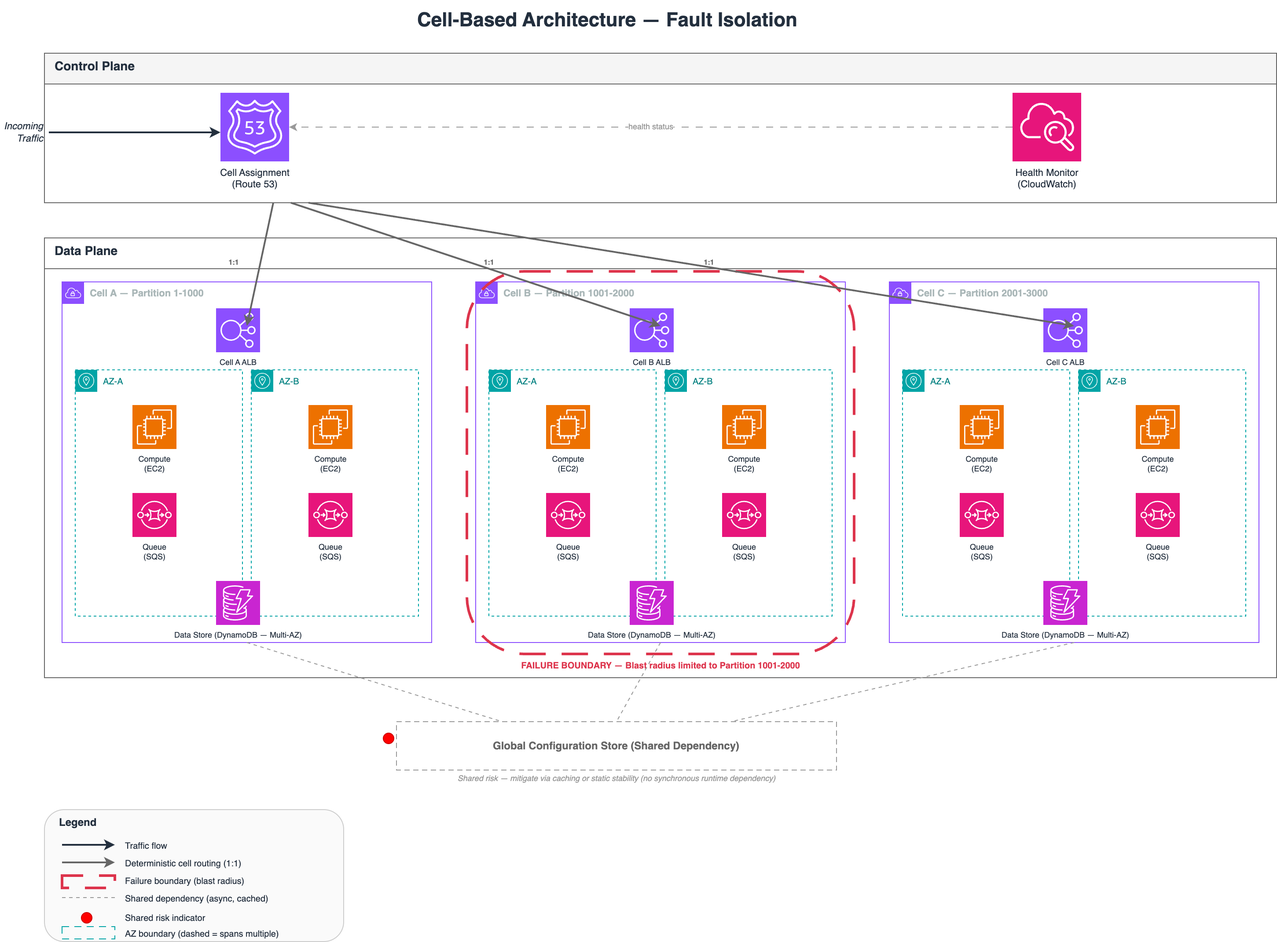
crcritel/cloud-networking-resilience-notes keeps this draw.io diagram as 2026-02-26-cell-based-architecture/diagram.png. Above is the earlier version. Source tidied: cells renumbered, new cells last; positions are measured from the earlier drawing's top-left corner, leaving out a move shared by most shapes.
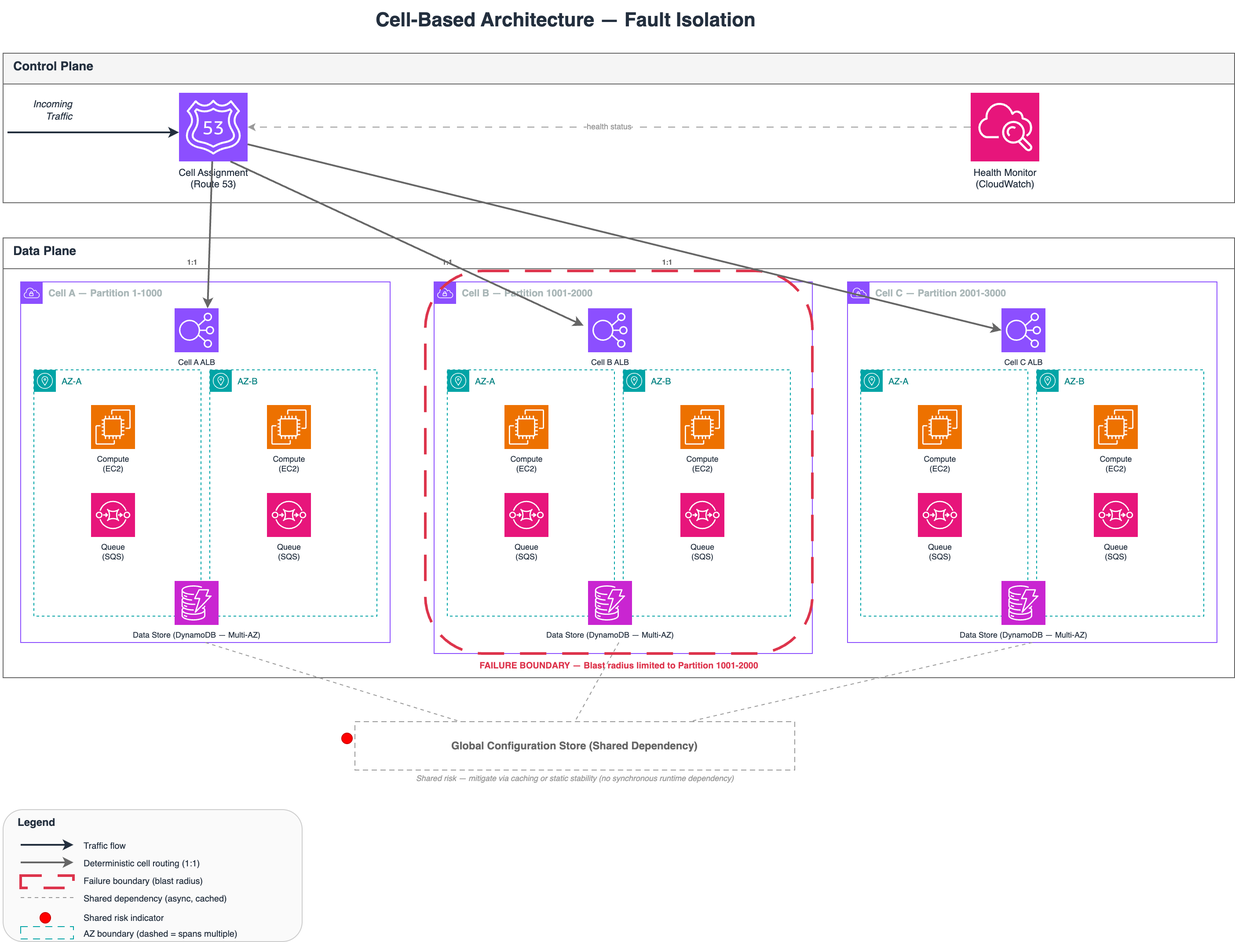
Later version of the same file.

Commit message:
Update diagram and exported PNG with architectural refinements

Change to the diagram source:
```diff
@@ -2,9 +2,6 @@
   <root>
     <mxCell id="0" />
     <mxCell id="1" parent="0" />
-    <mxCell id="2" value="Cell-Based Architecture — Fault Isolation" style="text;html=1;strokeColor=none;fillColor=none;align=center;verticalAlign=middle;whiteSpace=wrap;rounded=0;fontSize=22;fontStyle=1;fontColor=#232F3E;" parent="1" vertex="1">
-      <mxGeometry x="390" width="600" height="45" as="geometry" />
-    </mxCell>
     <mxCell id="3" value="Control Plane" style="swimlane;fontStyle=1;align=left;verticalAlign=top;startSize=35;fillColor=#f5f5f5;strokeColor=#666666;fontColor=#232F3E;fontSize=14;rounded=0;spacingLeft=10;" parent="1" vertex="1">
       <mxGeometry x="50" y="60" width="1400" height="170" as="geometry" />
     </mxCell>
@@ -14,9 +11,12 @@
     <mxCell id="5" value="Health Monitor&#10;(CloudWatch)" style="sketch=0;points=[[0,0,0],[0.25,0,0],[0.5,0,0],[0.75,0,0],[1,0,0],[0,1,0],[0.25,1,0],[0.5,1,0],[0.75,1,0],[1,1,0],[0,0.25,0],[0,0.5,0],[0,0.75,0],[1,0.25,0],[1,0.5,0],[1,0.75,0]];outlineConnect=0;fontColor=#232F3E;fillColor=#E7157B;strokeColor=#ffffff;dashed=0;verticalLabelPosition=bottom;verticalAlign=top;align=center;html=1;fontSize=11;fontStyle=0;shape=mxgraph.aws4.resourceIcon;resIcon=mxgraph.aws4.cloudwatch;" parent="3" vertex="1">
       <mxGeometry x="1100" y="45" width="78" height="78" as="geometry" />
     </mxCell>
-    <mxCell id="6" value="Incoming&#10;Traffic" style="text;html=1;strokeColor=none;fillColor=none;align=right;verticalAlign=middle;fontSize=11;fontStyle=2;fontColor=#232F3E;" parent="1" vertex="1">
-      <mxGeometry y="130" width="50" height="40" as="geometry" />
+    <mxCell id="6" value="Incoming&#10;Traffic" style="text;html=1;strokeColor=none;fillColor=none;align=right;verticalAlign=middle;fontSize=11;fontStyle=2;fontColor=#232F3E;" parent="3" vertex="1">
+      <mxGeometry x="30" y="45" width="50" height="40" as="geometry" />
     </mxCell>
+    <mxCell id="2" value="Cell-Based Architecture — Fault Isolation" style="text;html=1;strokeColor=none;fillColor=none;align=center;verticalAlign=middle;whiteSpace=wrap;rounded=0;fontSize=22;fontStyle=1;fontColor=#232F3E;" parent="1" vertex="1">
+      <mxGeometry x="390" width="600" height="45" as="geometry" />
+    </mxCell>
     <mxCell id="7" style="endArrow=classic;html=1;rounded=0;strokeWidth=2;strokeColor=#232F3E;" parent="1" edge="1">
       <mxGeometry relative="1" as="geometry">
         <mxPoint x="55" y="150" as="sourcePoint" />
@@ -57,7 +57,7 @@
       <mxGeometry x="175" y="340" width="50" height="50" as="geometry" />
     </mxCell>
     <mxCell id="19" value="Cell B — Partition 1001-2000" style="sketch=0;gradientColor=none;html=1;whiteSpace=wrap;fontSize=11;fontStyle=1;shape=mxgraph.aws4.group;grIcon=mxgraph.aws4.group_vpc;strokeColor=#8C4FFF;fillColor=none;verticalAlign=top;align=left;spacingLeft=30;fontColor=#AAB7B8;dashed=0;" parent="9" vertex="1">
-      <mxGeometry x="490" y="50" width="420" height="410" as="geometry" />
+      <mxGeometry x="490" y="50" width="430" height="422.5" as="geometry" />
     </mxCell>
     <mxCell id="20" value="Cell B ALB" style="sketch=0;fontColor=#232F3E;fillColor=#8C4FFF;strokeColor=#ffffff;dashed=0;verticalLabelPosition=bottom;verticalAlign=top;align=center;html=1;fontSize=9;fontStyle=0;shape=mxgraph.aws4.resourceIcon;resIcon=mxgraph.aws4.elastic_load_balancing;" parent="19" vertex="1">
       <mxGeometry x="175" y="30" width="50" height="50" as="geometry" />
@@ -83,6 +83,9 @@
     <mxCell id="27" value="Data Store (DynamoDB — Multi-AZ)" style="sketch=0;fontColor=#232F3E;fillColor=#C925D1;strokeColor=#ffffff;dashed=0;verticalLabelPosition=bottom;verticalAlign=top;align=center;html=1;fontSize=9;fontStyle=0;shape=mxgraph.aws4.resourceIcon;resIcon=mxgraph.aws4.dynamodb;" parent="19" vertex="1">
       <mxGeometry x="175" y="340" width="50" height="50" as="geometry" />
     </mxCell>
+    <mxCell id="37" style="rounded=1;whiteSpace=wrap;html=1;fillColor=none;strokeColor=#DD344C;strokeWidth=3;dashed=1;dashPattern=10 6;" parent="19" vertex="1">
+      <mxGeometry x="-10" y="-12.5" width="440" height="435" as="geometry" />
+    </mxCell>
     <mxCell id="28" value="Cell C — Partition 2001-3000" style="sketch=0;gradientColor=none;html=1;whiteSpace=wrap;fontSize=11;fontStyle=1;shape=mxgraph.aws4.group;grIcon=mxgraph.aws4.group_vpc;strokeColor=#8C4FFF;fillColor=none;verticalAlign=top;align=left;spacingLeft=30;fontColor=#AAB7B8;dashed=0;" parent="9" vertex="1">
       <mxGeometry x="960" y="50" width="420" height="410" as="geometry" />
     </mxCell>
@@ -110,29 +113,17 @@
     <mxCell id="36" value="Data Store (DynamoDB — Multi-AZ)" style="sketch=0;fontColor=#232F3E;fillColor=#C925D1;strokeColor=#ffffff;dashed=0;verticalLabelPosition=bottom;verticalAlign=top;align=center;html=1;fontSize=9;fontStyle=0;shape=mxgraph.aws4.resourceIcon;resIcon=mxgraph.aws4.dynamodb;" parent="28" vertex="1">
       <mxGeometry x="175" y="340" width="50" height="50" as="geometry" />
     </mxCell>
-    <mxCell id="37" style="rounded=1;whiteSpace=wrap;html=1;fillColor=none;strokeColor=#DD344C;strokeWidth=3;dashed=1;dashPattern=10 6;" parent="9" vertex="1">
-      <mxGeometry x="480" y="38" width="440" height="435" as="geometry" />
-    </mxCell>
     <mxCell id="38" value="FAILURE BOUNDARY — Blast radius limited to Partition 1001-2000" style="text;html=1;strokeColor=none;fillColor=none;align=center;verticalAlign=middle;fontSize=10;fontStyle=1;fontColor=#DD344C;" parent="9" vertex="1">
       <mxGeometry x="490" y="475" width="420" height="20" as="geometry" />
     </mxCell>
-    <mxCell id="39" style="endArrow=classic;html=1;rounded=0;strokeWidth=2;strokeColor=#666666;" parent="1" edge="1">
-      <mxGeometry relative="1" as="geometry">
-        <mxPoint x="310" y="230" as="sourcePoint" />
-        <mxPoint x="280" y="370" as="targetPoint" />
-      </mxGeometry>
+    <mxCell id="39" style="endArrow=classic;html=1;rounded=0;strokeWidth=2;strokeColor=#666666;entryX=0.75;entryY=0;entryDx=0;entryDy=0;entryPerimeter=0;" parent="1" edge="1" source="4" target="11">
+      <mxGeometry relative="1" as="geometry" />
     </mxCell>
-    <mxCell id="40" style="endArrow=classic;html=1;rounded=0;strokeWidth=2;strokeColor=#666666;" parent="1" edge="1">
-      <mxGeometry relative="1" as="geometry">
-        <mxPoint x="330" y="230" as="sourcePoint" />
-        <mxPoint x="750" y="370" as="targetPoint" />
-      </mxGeometry>
+    <mxCell id="40" style="endArrow=classic;html=1;rounded=0;strokeWidth=2;strokeColor=#666666;exitX=0.75;exitY=1;exitDx=0;exitDy=0;exitPerimeter=0;entryX=0.409;entryY=0.143;entryDx=0;entryDy=0;entryPerimeter=0;" parent="1" edge="1" source="4" target="37">
+      <mxGeometry relative="1" as="geometry" />
     </mxCell>
-    <mxCell id="41" style="endArrow=classic;html=1;rounded=0;strokeWidth=2;strokeColor=#666666;" parent="1" edge="1">
-      <mxGeometry relative="1" as="geometry">
-        <mxPoint x="350" y="230" as="sourcePoint" />
-        <mxPoint x="1220" y="370" as="targetPoint" />
-      </mxGeometry>
+    <mxCell id="41" style="endArrow=classic;html=1;rounded=0;strokeWidth=2;strokeColor=#666666;exitX=1;exitY=0.75;exitDx=0;exitDy=0;exitPerimeter=0;entryX=0;entryY=0.5;entryDx=0;entryDy=0;entryPerimeter=0;" parent="1" edge="1" source="4" target="29">
+      <mxGeometry relative="1" as="geometry" />
     </mxCell>
     <mxCell id="42" value="1:1" style="text;html=1;strokeColor=none;fillColor=none;align=center;verticalAlign=middle;fontSize=8;fontStyle=1;fontColor=#666666;" parent="1" vertex="1">
       <mxGeometry x="250" y="290" width="30" height="15" as="geometry" />
```
